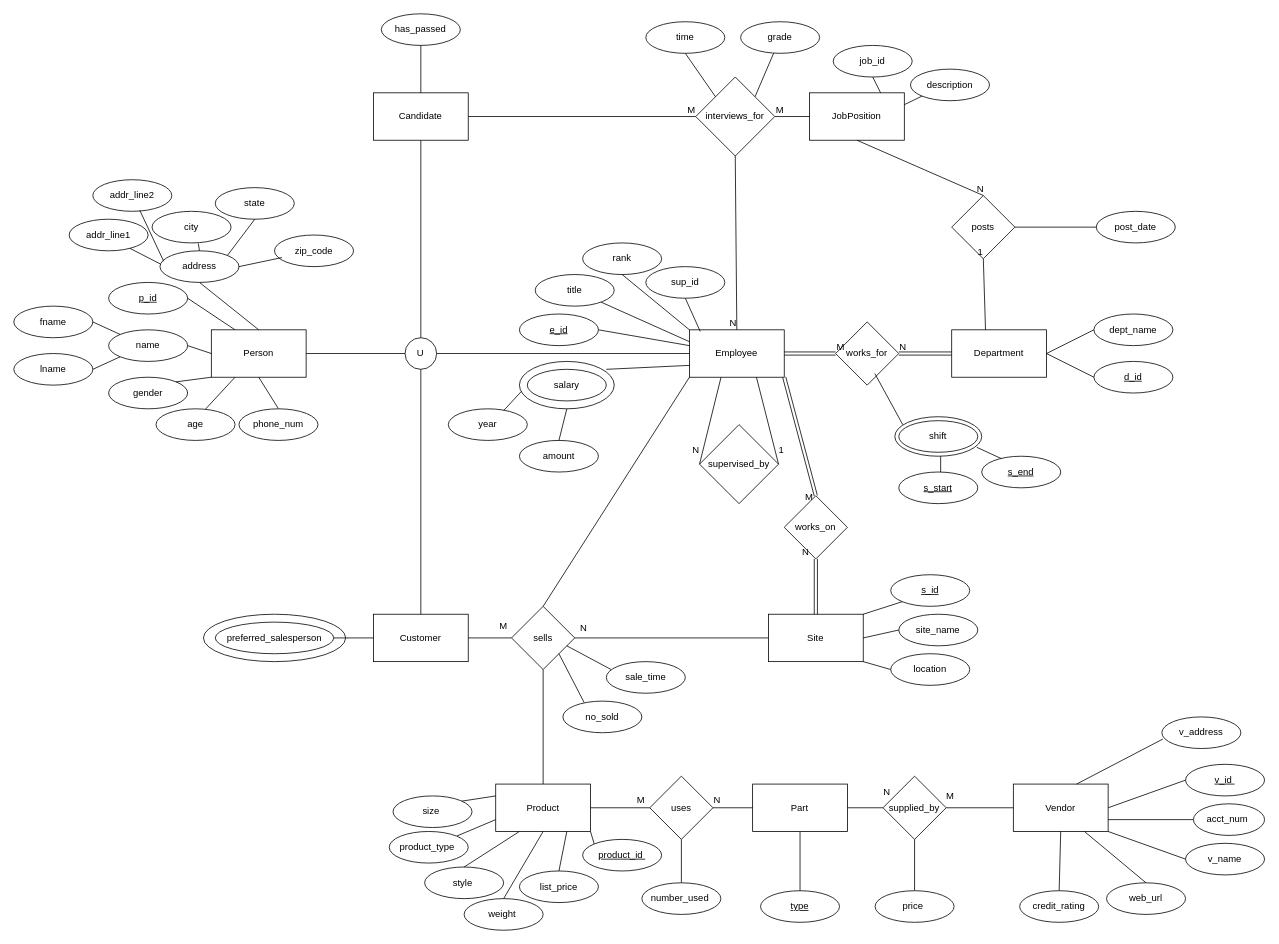
Before: EER Diagram.drawio.xml in yams-yams/SQLProject, a draw.io diagram. Source tidied: cells renumbered, new cells numbered last; positions are measured from the earlier drawing's top-left corner, leaving out a move shared by most shapes. Both pictures are drawn from the tidied source at 79%, with x=0, y=0 at pixel (13, 13).
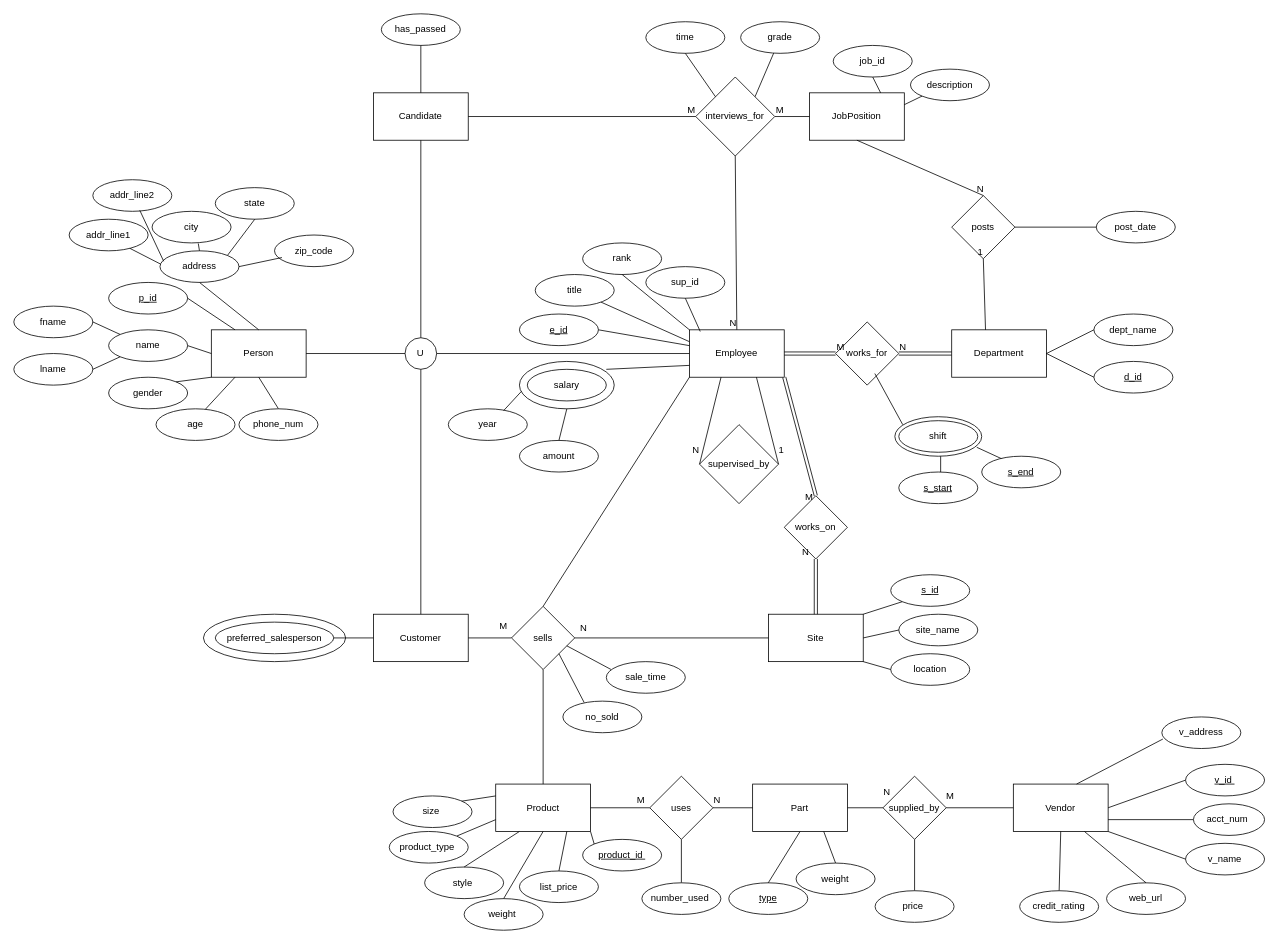
Above is the later version.

The change refers to these unchanged cells:
```xml
<mxCell id="11" value="Part" style="rounded=0;whiteSpace=wrap;html=1;" parent="1" vertex="1">
  <mxGeometry x="935.2" y="975" width="120" height="60" as="geometry" />
</mxCell>
```

The edit, as a diff of the source:
```diff
@@
     <mxCell id="78" value="&lt;u&gt;type&lt;/u&gt;" style="ellipse;whiteSpace=wrap;html=1;rotation=0;" parent="1" vertex="1">
-      <mxGeometry x="945.2" y="1110" width="100" height="40" as="geometry" />
+      <mxGeometry x="905" y="1100" width="100" height="40" as="geometry" />
     </mxCell>
@@
+    <mxCell id="168" value="weight" style="ellipse;whiteSpace=wrap;html=1;rotation=0;" parent="1" vertex="1">
+      <mxGeometry x="990.2" y="1075" width="100" height="40" as="geometry" />
+    </mxCell>
+    <mxCell id="169" style="endArrow=none;html=1;rounded=0;exitX=0.5;exitY=0;exitDx=0;exitDy=0;entryX=0.75;entryY=1;entryDx=0;entryDy=0;" parent="1" edge="1" source="168" target="11">
+      <mxGeometry relative="1" as="geometry" />
+    </mxCell>
```
